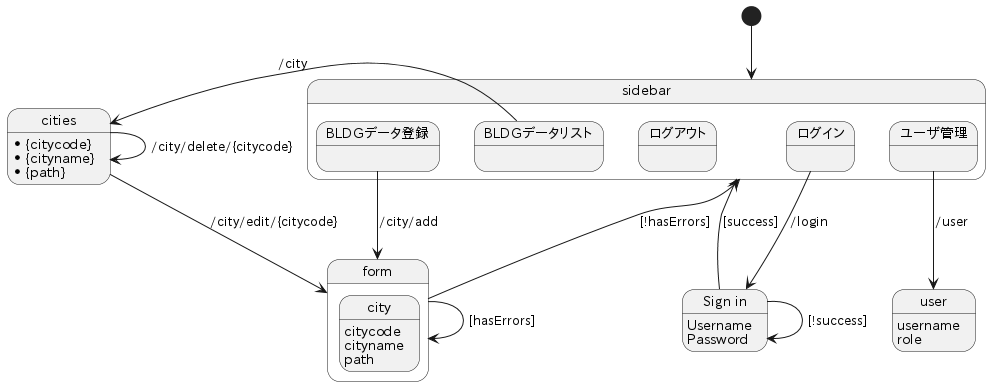
Before: controller.png, a diagram exported from PlantUML (yuuhayashi/task-bldg). The source it was exported from:
```plantuml
@startuml

[*] --> sidebar

state sidebar {
	state "ユーザ管理" as users
	state "ログイン" as login
	state "ログアウト" as logout
	state "BLDGデータリスト" as indeies
	state "BLDGデータ登録" as add
}

state "Sign in" as signin {
	signin : Username
	signin : Password
}
login --> signin : /login
signin --> signin : [!success]
sidebar <-- signin : [success]

state cities
	cities : *{citycode}
	cities : *{cityname}
	cities : *{path}
}
indeies --> cities : /city

state form {
	state city {
		city : citycode
		city : cityname
		city : path
	}
}

state user {
	user : username
	user : role
}
users --> user : /user

cities --> cities : /city/delete/{citycode}
cities --> form : /city/edit/{citycode}
add --> form : /city/add
form --> sidebar : [!hasErrors]
form --> form : [hasErrors]

@enduml
```
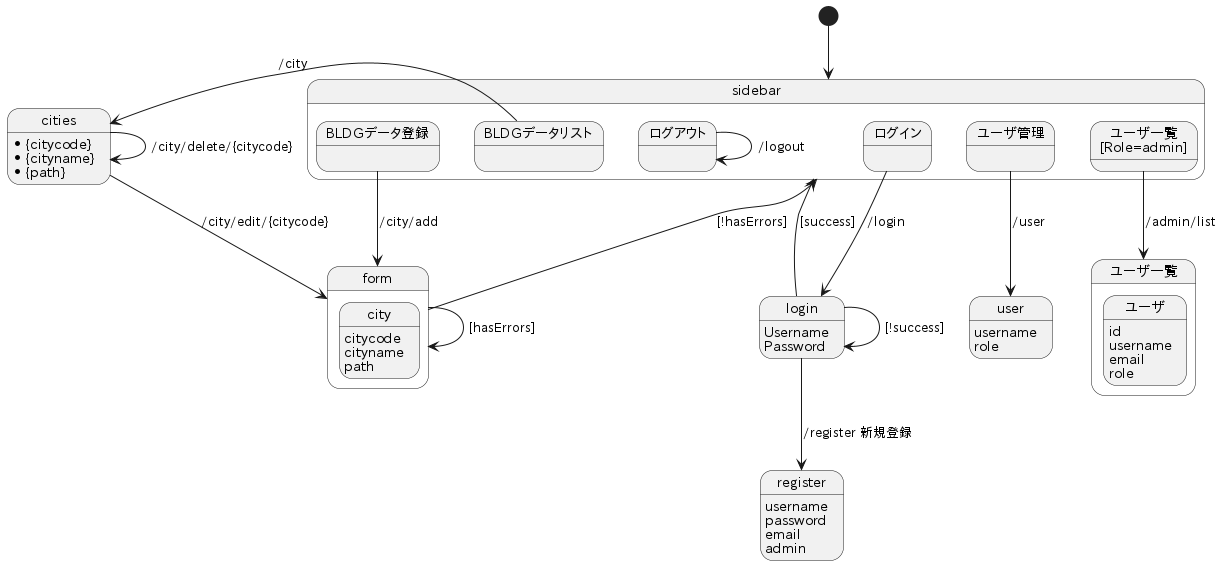
The same file after the commit.

Change to the diagram source:
```diff
@@ -4,19 +4,46 @@
 
 state sidebar {
 	state "ユーザ管理" as users
-	state "ログイン" as login
+	state "ユーザ一覧\n[Role=admin]" as list_
+	state "ログイン" as login_
 	state "ログアウト" as logout
 	state "BLDGデータリスト" as indeies
 	state "BLDGデータ登録" as add
+	logout --> logout : /logout
 }
 
-state "Sign in" as signin {
-	signin : Username
-	signin : Password
+state "login" as login {
+	login : Username
+	login : Password
 }
-login --> signin : /login
-signin --> signin : [!success]
-sidebar <-- signin : [success]
+
+state "register" as register {
+	register : username
+	register : password
+	register : email
+	register : admin
+}
+
+login_ --> login : /login
+login --> login : [!success]
+sidebar <-- login : [success]
+login --> register : /register 新規登録
+
+state user {
+	user : username
+	user : role
+}
+users --> user : /user
+
+state "ユーザ一覧" as list {
+	state ユーザ {
+		ユーザ : id
+		ユーザ : username
+		ユーザ : email
+		ユーザ : role
+	}
+}
+list_ --> list : /admin/list
 
 state cities
 	cities : *{citycode}
@@ -33,12 +60,6 @@
 	}
 }
 
-state user {
-	user : username
-	user : role
-}
-users --> user : /user
-
 cities --> cities : /city/delete/{citycode}
 cities --> form : /city/edit/{citycode}
 add --> form : /city/add
```
